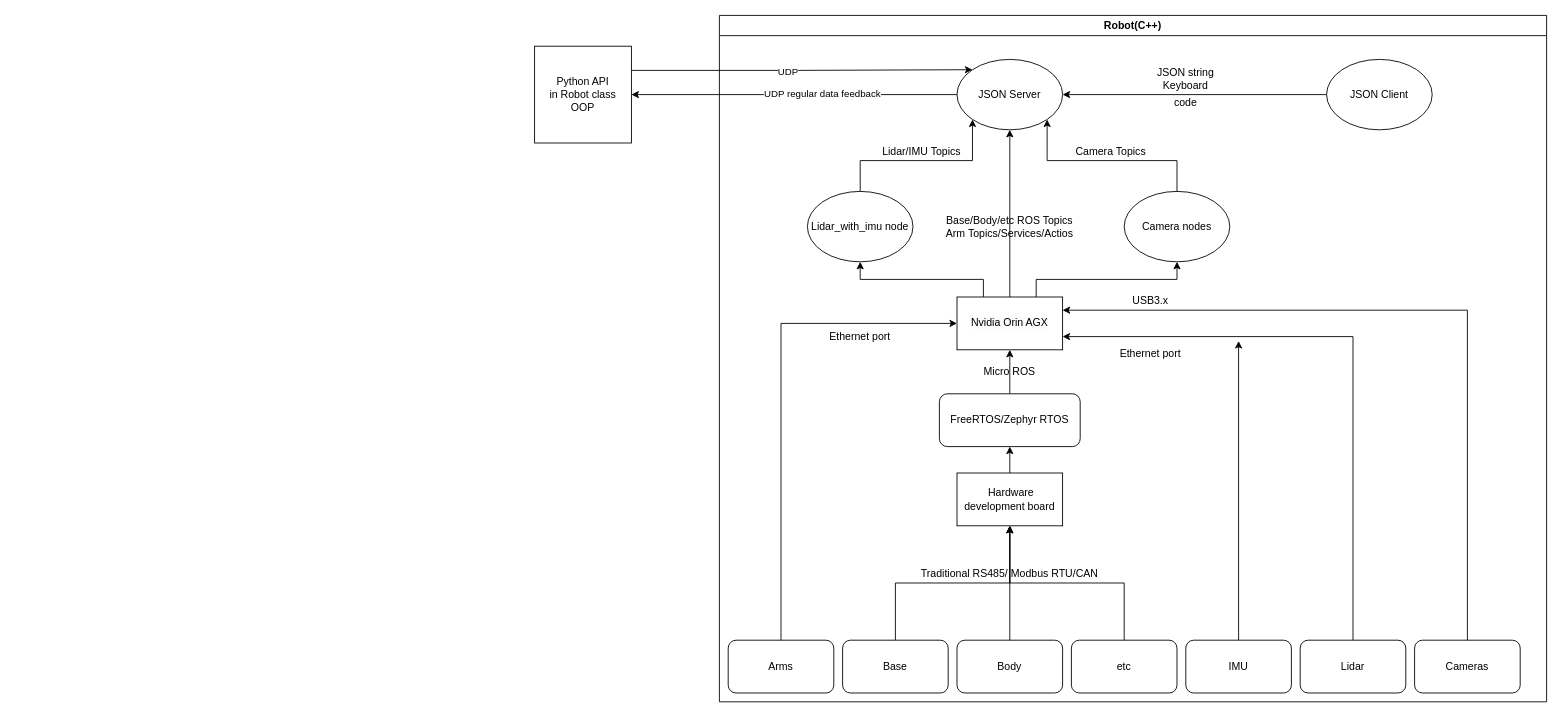
The draw.io diagram Untitled Diagram.drawio in Hermanye996/genshin_auto_fish, before the edit. Source tidied: cells renumbered, new cells numbered last; positions are measured from the earlier drawing's top-left corner, leaving out a move shared by most shapes. Both pictures are drawn from the tidied source at 88%, with x=0, y=0 at pixel (534, 15).
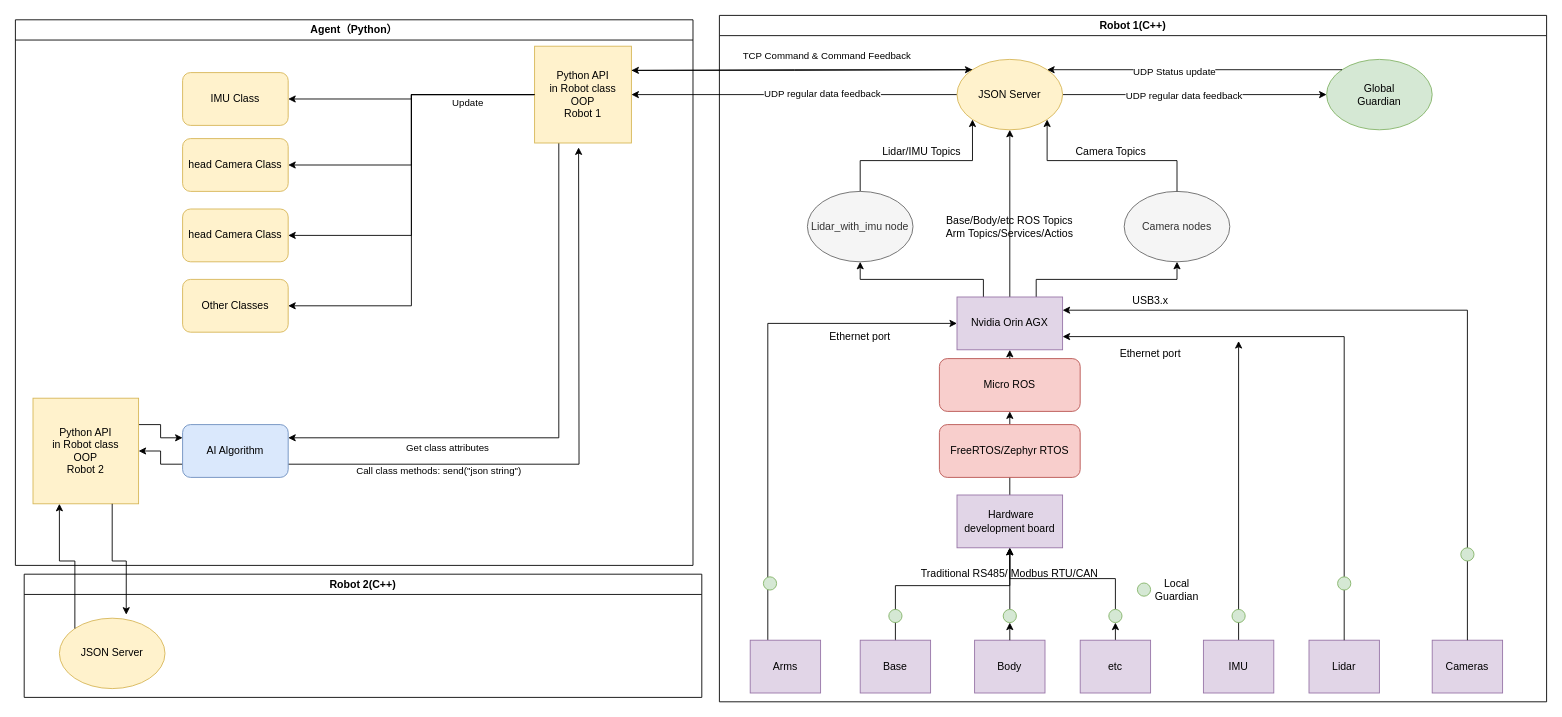
The same page after the edit.

The change refers to these unchanged cells:
```xml
<mxCell id="2" style="edgeStyle=orthogonalEdgeStyle;rounded=0;jettySize=auto;html=1;exitX=1;exitY=0.25;exitDx=0;exitDy=0;entryX=0;entryY=0;entryDx=0;entryDy=0;" parent="1" edge="1" source="4" target="29">
  <mxGeometry relative="1" as="geometry" />
</mxCell>
```

What changed in the source:
```diff
@@
-    <mxCell id="3" value="UDP" style="edgeLabel;html=1;align=center;verticalAlign=middle;" parent="2" vertex="1">
-      <mxGeometry x="-0.09" relative="1" as="geometry">
-        <mxPoint y="1" as="offset" />
-      </mxGeometry>
-    </mxCell>
+    <mxCell id="48" value="TCP Command &amp;amp; Command Feedback" style="edgeLabel;html=1;align=center;verticalAlign=middle;" parent="2" vertex="1">
+      <mxGeometry x="-0.06" y="1" relative="1" as="geometry">
+        <mxPoint x="38" y="-16" as="offset" />
+      </mxGeometry>
+    </mxCell>
+    <mxCell id="49" style="edgeStyle=orthogonalEdgeStyle;rounded=0;jettySize=auto;html=1;exitX=0;exitY=0.5;exitDx=0;exitDy=0;entryX=1;entryY=0.5;entryDx=0;entryDy=0;" parent="1" edge="1" source="4" target="73">
+      <mxGeometry relative="1" as="geometry" />
+    </mxCell>
+    <mxCell id="50" value="Update" style="edgeLabel;html=1;align=center;verticalAlign=middle;" parent="49" vertex="1">
+      <mxGeometry x="-0.16" y="3" relative="1" as="geometry">
+        <mxPoint x="43" y="5" as="offset" />
+      </mxGeometry>
+    </mxCell>
+    <mxCell id="51" style="edgeStyle=orthogonalEdgeStyle;rounded=0;jettySize=auto;html=1;exitX=0;exitY=0.5;exitDx=0;exitDy=0;entryX=1;entryY=0.5;entryDx=0;entryDy=0;" parent="1" edge="1" source="4" target="75">
+      <mxGeometry relative="1" as="geometry" />
+    </mxCell>
+    <mxCell id="52" style="edgeStyle=orthogonalEdgeStyle;rounded=0;jettySize=auto;html=1;exitX=0.25;exitY=1;exitDx=0;exitDy=0;entryX=1;entryY=0.25;entryDx=0;entryDy=0;" parent="1" edge="1" source="4" target="78">
+      <mxGeometry relative="1" as="geometry" />
+    </mxCell>
+    <mxCell id="53" value="Get class attributes" style="edgeLabel;html=1;align=center;verticalAlign=middle;" parent="52" vertex="1">
+      <mxGeometry x="-0.11" y="-1" relative="1" as="geometry">
+        <mxPoint x="-126" y="60" as="offset" />
+      </mxGeometry>
+    </mxCell>
-    <mxCell id="4" value="Python API&lt;br&gt;in Robot class&lt;br&gt;OOP" style="whiteSpace=wrap;html=1;" parent="1" vertex="1">
+    <mxCell id="4" value="Python API&lt;br&gt;in Robot class&lt;br&gt;OOP&lt;br&gt;Robot 1" style="whiteSpace=wrap;html=1;fillColor=#fff2cc;strokeColor=#d6b656;" parent="1" vertex="1">
       <mxGeometry y="35" width="110" height="110" as="geometry" />
     </mxCell>
-    <mxCell id="5" value="Base" style="rounded=1;whiteSpace=wrap;html=1;swimlaneLine=1;" parent="1" vertex="1">
-      <mxGeometry x="350" y="710" width="120" height="60" as="geometry" />
-    </mxCell>
-    <mxCell id="6" value="Body" style="rounded=1;whiteSpace=wrap;html=1;swimlaneLine=1;" parent="1" vertex="1">
-      <mxGeometry x="480" y="710" width="120" height="60" as="geometry" />
-    </mxCell>
@@
-    <mxCell id="8" value="IMU" style="rounded=1;whiteSpace=wrap;html=1;swimlaneLine=1;" parent="1" vertex="1">
-      <mxGeometry x="740" y="710" width="120" height="60" as="geometry" />
-    </mxCell>
-    <mxCell id="9" value="Lidar" style="rounded=1;whiteSpace=wrap;html=1;swimlaneLine=1;" parent="1" vertex="1">
-      <mxGeometry x="870" y="710" width="120" height="60" as="geometry" />
-    </mxCell>
-    <mxCell id="10" value="Cameras" style="rounded=1;whiteSpace=wrap;html=1;swimlaneLine=1;" parent="1" vertex="1">
-      <mxGeometry x="1000" y="710" width="120" height="60" as="geometry" />
-    </mxCell>
-    <mxCell id="11" value="etc" style="rounded=1;whiteSpace=wrap;html=1;swimlaneLine=1;" parent="1" vertex="1">
-      <mxGeometry x="610" y="710" width="120" height="60" as="geometry" />
-    </mxCell>
@@
-    <mxCell id="13" value="&amp;nbsp;Hardware development board" style="rounded=0;whiteSpace=wrap;html=1;swimlaneLine=1;" parent="1" vertex="1">
-      <mxGeometry x="480" y="520" width="120" height="60" as="geometry" />
-    </mxCell>
-    <mxCell id="14" style="edgeStyle=orthogonalEdgeStyle;rounded=0;jettySize=auto;html=1;exitX=0.5;exitY=0;exitDx=0;exitDy=0;entryX=0.5;entryY=1;entryDx=0;entryDy=0;swimlaneLine=1;" parent="1" edge="1" source="5" target="13">
-      <mxGeometry relative="1" as="geometry" />
+    <mxCell id="14" style="edgeStyle=orthogonalEdgeStyle;rounded=0;jettySize=auto;html=1;exitX=0.5;exitY=0;exitDx=0;exitDy=0;entryX=0.5;entryY=1;entryDx=0;entryDy=0;swimlaneLine=1;" parent="1" edge="1" target="13">
+      <mxGeometry relative="1" as="geometry">
+        <mxPoint x="410" y="715" as="sourcePoint" />
+        <Array as="points">
+          <mxPoint x="410" y="648" />
+          <mxPoint x="540" y="648" />
+        </Array>
+      </mxGeometry>
     </mxCell>
-    <mxCell id="15" style="edgeStyle=orthogonalEdgeStyle;rounded=0;jettySize=auto;html=1;exitX=0.5;exitY=0;exitDx=0;exitDy=0;entryX=0.5;entryY=1;entryDx=0;entryDy=0;swimlaneLine=1;" parent="1" edge="1" source="6" target="13">
-      <mxGeometry relative="1" as="geometry" />
-    </mxCell>
-    <mxCell id="16" style="edgeStyle=orthogonalEdgeStyle;rounded=0;jettySize=auto;html=1;exitX=0.5;exitY=0;exitDx=0;exitDy=0;entryX=0.5;entryY=1;entryDx=0;entryDy=0;swimlaneLine=1;" parent="1" edge="1" source="11" target="13">
-      <mxGeometry relative="1" as="geometry" />
-    </mxCell>
@@
-    <mxCell id="18" style="edgeStyle=orthogonalEdgeStyle;rounded=0;jettySize=auto;html=1;exitX=0.5;exitY=0;exitDx=0;exitDy=0;swimlaneLine=1;" parent="1" edge="1" source="19">
-      <mxGeometry relative="1" as="geometry">
-        <mxPoint x="540" y="380" as="targetPoint" />
-      </mxGeometry>
-    </mxCell>
-    <mxCell id="19" value="FreeRTOS/Zephyr RTOS" style="rounded=1;whiteSpace=wrap;html=1;swimlaneLine=1;" parent="1" vertex="1">
-      <mxGeometry x="460" y="430" width="160" height="60" as="geometry" />
-    </mxCell>
-    <mxCell id="20" value="Micro ROS" style="text;html=1;strokeColor=none;fillColor=none;align=center;verticalAlign=middle;whiteSpace=wrap;rounded=0;swimlaneLine=1;" parent="1" vertex="1">
-      <mxGeometry x="500" y="390" width="80" height="30" as="geometry" />
-    </mxCell>
-    <mxCell id="21" value="&lt;span style=&quot;color: rgb(0, 0, 0); font-family: Helvetica; font-size: 12px; font-style: normal; font-variant-ligatures: normal; font-variant-caps: normal; font-weight: 400; letter-spacing: normal; orphans: 2; text-align: center; text-indent: 0px; text-transform: none; widows: 2; word-spacing: 0px; -webkit-text-stroke-width: 0px; background-color: rgb(251, 251, 251); text-decoration-thickness: initial; text-decoration-style: initial; text-decoration-color: initial; float: none; display: inline !important;&quot;&gt;Nvidia Orin AGX&lt;/span&gt;" style="rounded=0;whiteSpace=wrap;html=1;swimlaneLine=1;" parent="1" vertex="1">
-      <mxGeometry x="480" y="320" width="120" height="60" as="geometry" />
-    </mxCell>
-    <mxCell id="22" style="edgeStyle=orthogonalEdgeStyle;rounded=0;jettySize=auto;html=1;exitX=0.5;exitY=0;exitDx=0;exitDy=0;entryX=1;entryY=0.75;entryDx=0;entryDy=0;swimlaneLine=1;" parent="1" edge="1" source="9" target="21">
-      <mxGeometry relative="1" as="geometry" />
-    </mxCell>
-    <mxCell id="23" style="edgeStyle=orthogonalEdgeStyle;rounded=0;jettySize=auto;html=1;exitX=0.5;exitY=0;exitDx=0;exitDy=0;entryX=1;entryY=0.25;entryDx=0;entryDy=0;swimlaneLine=1;" parent="1" edge="1" source="10" target="21">
-      <mxGeometry relative="1" as="geometry" />
-    </mxCell>
@@
-    <mxCell id="25" value="Camera nodes" style="ellipse;whiteSpace=wrap;html=1;swimlaneLine=1;" parent="1" vertex="1">
+    <mxCell id="25" value="Camera nodes" style="ellipse;whiteSpace=wrap;html=1;swimlaneLine=1;fillColor=#f5f5f5;fontColor=#333333;strokeColor=#666666;" parent="1" vertex="1">
       <mxGeometry x="670" y="200" width="120" height="80" as="geometry" />
     </mxCell>
@@
+    <mxCell id="54" style="edgeStyle=orthogonalEdgeStyle;rounded=0;jettySize=auto;html=1;exitX=1;exitY=0.5;exitDx=0;exitDy=0;entryX=0;entryY=0.5;entryDx=0;entryDy=0;" parent="1" edge="1" source="29" target="42">
+      <mxGeometry relative="1" as="geometry" />
+    </mxCell>
+    <mxCell id="55" value="UDP regular data feedback" style="edgeLabel;html=1;align=center;verticalAlign=middle;" parent="54" vertex="1">
+      <mxGeometry x="-0.09" relative="1" as="geometry" />
+    </mxCell>
+    <mxCell id="56" style="edgeStyle=orthogonalEdgeStyle;rounded=0;jettySize=auto;html=1;exitX=0;exitY=0;exitDx=0;exitDy=0;entryX=1;entryY=0.25;entryDx=0;entryDy=0;" parent="1" edge="1" source="29" target="4">
+      <mxGeometry relative="1" as="geometry" />
+    </mxCell>
-    <mxCell id="29" value="JSON Server" style="ellipse;whiteSpace=wrap;html=1;swimlaneLine=1;" parent="1" vertex="1">
+    <mxCell id="29" value="JSON Server" style="ellipse;whiteSpace=wrap;html=1;swimlaneLine=1;fillColor=#fff2cc;strokeColor=#d6b656;" parent="1" vertex="1">
       <mxGeometry x="480" y="50" width="120" height="80" as="geometry" />
     </mxCell>
@@
-    <mxCell id="34" value="Lidar_with_imu node" style="ellipse;whiteSpace=wrap;html=1;swimlaneLine=1;" parent="1" vertex="1">
+    <mxCell id="34" value="Lidar_with_imu node" style="ellipse;whiteSpace=wrap;html=1;swimlaneLine=1;fillColor=#f5f5f5;fontColor=#333333;strokeColor=#666666;" parent="1" vertex="1">
       <mxGeometry x="310" y="200" width="120" height="80" as="geometry" />
     </mxCell>
@@
-    <mxCell id="38" value="Robot(C++)" style="swimlane;whiteSpace=wrap;html=1;swimlaneLine=1;" parent="1" vertex="1">
+    <mxCell id="38" value="Robot 1(C++)" style="swimlane;whiteSpace=wrap;html=1;swimlaneLine=1;" parent="1" vertex="1">
       <mxGeometry x="210" width="940" height="780" as="geometry" />
     </mxCell>
-    <mxCell id="39" value="Arms" style="rounded=1;whiteSpace=wrap;html=1;" parent="38" vertex="1">
-      <mxGeometry x="10" y="710" width="120" height="60" as="geometry" />
-    </mxCell>
@@
-    <mxCell id="42" value="JSON Client" style="ellipse;whiteSpace=wrap;html=1;swimlaneLine=1;" parent="38" vertex="1">
+    <mxCell id="42" value="Global&lt;br&gt;Guardian" style="ellipse;whiteSpace=wrap;html=1;swimlaneLine=1;fillColor=#d5e8d4;strokeColor=#82b366;" parent="38" vertex="1">
       <mxGeometry x="690" y="50" width="120" height="80" as="geometry" />
     </mxCell>
-    <mxCell id="43" value="code" style="text;html=1;strokeColor=none;fillColor=none;align=center;verticalAlign=middle;whiteSpace=wrap;rounded=0;" parent="38" vertex="1">
-      <mxGeometry x="500" y="85" width="60" height="30" as="geometry" />
-    </mxCell>
-    <mxCell id="44" value="Keyboard" style="text;html=1;strokeColor=none;fillColor=none;align=center;verticalAlign=middle;whiteSpace=wrap;rounded=0;" parent="38" vertex="1">
-      <mxGeometry x="500" y="65" width="60" height="30" as="geometry" />
-    </mxCell>
-    <mxCell id="45" value="JSON string" style="text;html=1;strokeColor=none;fillColor=none;align=center;verticalAlign=middle;whiteSpace=wrap;rounded=0;" parent="38" vertex="1">
-      <mxGeometry x="490" y="50" width="80" height="30" as="geometry" />
-    </mxCell>
-    <mxCell id="46" style="edgeStyle=orthogonalEdgeStyle;rounded=0;jettySize=auto;html=1;exitX=0.5;exitY=0;exitDx=0;exitDy=0;entryX=0;entryY=0.5;entryDx=0;entryDy=0;" parent="1" edge="1" source="39" target="21">
+    <mxCell id="46" style="edgeStyle=orthogonalEdgeStyle;rounded=0;jettySize=auto;html=1;exitX=0.25;exitY=0;exitDx=0;exitDy=0;entryX=0;entryY=0.5;entryDx=0;entryDy=0;" parent="38" edge="1" source="39" target="21">
       <mxGeometry relative="1" as="geometry" />
     </mxCell>
+    <mxCell id="39" value="Arms" style="rounded=0;whiteSpace=wrap;html=1;fillColor=#e1d5e7;strokeColor=#9673a6;" parent="38" vertex="1">
+      <mxGeometry x="35" y="710" width="80" height="60" as="geometry" />
+    </mxCell>
+    <mxCell id="5" value="Base" style="rounded=0;whiteSpace=wrap;html=1;fillColor=#e1d5e7;strokeColor=#9673a6;" parent="38" vertex="1">
+      <mxGeometry x="160" y="710" width="80" height="60" as="geometry" />
+    </mxCell>
+    <mxCell id="6" value="Body" style="rounded=0;whiteSpace=wrap;html=1;fillColor=#e1d5e7;strokeColor=#9673a6;" parent="38" vertex="1">
+      <mxGeometry x="290" y="710" width="80" height="60" as="geometry" />
+    </mxCell>
+    <mxCell id="57" style="edgeStyle=orthogonalEdgeStyle;rounded=0;jettySize=auto;html=1;exitX=0.5;exitY=0;exitDx=0;exitDy=0;entryX=0.5;entryY=1;entryDx=0;entryDy=0;" parent="38" edge="1" source="11" target="63">
+      <mxGeometry relative="1" as="geometry" />
+    </mxCell>
+    <mxCell id="11" value="etc" style="rounded=0;whiteSpace=wrap;html=1;fillColor=#e1d5e7;strokeColor=#9673a6;" parent="38" vertex="1">
+      <mxGeometry x="410" y="710" width="80" height="60" as="geometry" />
+    </mxCell>
+    <mxCell id="8" value="IMU" style="rounded=0;whiteSpace=wrap;html=1;fillColor=#e1d5e7;strokeColor=#9673a6;" parent="38" vertex="1">
+      <mxGeometry x="550" y="710" width="80" height="60" as="geometry" />
+    </mxCell>
+    <mxCell id="9" value="Lidar" style="rounded=0;whiteSpace=wrap;html=1;fillColor=#e1d5e7;strokeColor=#9673a6;" parent="38" vertex="1">
+      <mxGeometry x="670" y="710" width="80" height="60" as="geometry" />
+    </mxCell>
+    <mxCell id="10" value="Cameras" style="rounded=0;whiteSpace=wrap;html=1;fillColor=#e1d5e7;strokeColor=#9673a6;" parent="38" vertex="1">
+      <mxGeometry x="810" y="710" width="80" height="60" as="geometry" />
+    </mxCell>
+    <mxCell id="13" value="&amp;nbsp;Hardware development board" style="rounded=0;whiteSpace=wrap;html=1;swimlaneLine=1;fillColor=#e1d5e7;strokeColor=#9673a6;" parent="38" vertex="1">
+      <mxGeometry x="270" y="545" width="120" height="60" as="geometry" />
+    </mxCell>
+    <mxCell id="15" style="edgeStyle=orthogonalEdgeStyle;rounded=0;jettySize=auto;html=1;exitX=0.5;exitY=0;exitDx=0;exitDy=0;entryX=0.5;entryY=1;entryDx=0;entryDy=0;swimlaneLine=1;" parent="38" edge="1" source="61" target="13">
+      <mxGeometry relative="1" as="geometry" />
+    </mxCell>
+    <mxCell id="16" style="edgeStyle=orthogonalEdgeStyle;rounded=0;jettySize=auto;html=1;exitX=0.5;exitY=0;exitDx=0;exitDy=0;entryX=0.5;entryY=1;entryDx=0;entryDy=0;swimlaneLine=1;" parent="38" edge="1" source="63" target="13">
+      <mxGeometry relative="1" as="geometry" />
+    </mxCell>
+    <mxCell id="58" style="edgeStyle=orthogonalEdgeStyle;rounded=0;jettySize=auto;html=1;exitX=0.5;exitY=0;exitDx=0;exitDy=0;entryX=0.5;entryY=1;entryDx=0;entryDy=0;" parent="38" edge="1" source="19" target="20">
+      <mxGeometry relative="1" as="geometry" />
+    </mxCell>
+    <mxCell id="19" value="FreeRTOS/Zephyr RTOS" style="rounded=1;whiteSpace=wrap;html=1;swimlaneLine=1;fillColor=#f8cecc;strokeColor=#b85450;" parent="38" vertex="1">
+      <mxGeometry x="250" y="465" width="160" height="60" as="geometry" />
+    </mxCell>
+    <mxCell id="20" value="Micro ROS" style="rounded=1;whiteSpace=wrap;html=1;swimlaneLine=1;fillColor=#f8cecc;strokeColor=#b85450;" parent="38" vertex="1">
+      <mxGeometry x="250" y="390" width="160" height="60" as="geometry" />
+    </mxCell>
+    <mxCell id="21" value="Nvidia Orin AGX" style="rounded=0;whiteSpace=wrap;html=1;swimlaneLine=1;fillColor=#e1d5e7;strokeColor=#9673a6;gradientColor=none;fillStyle=auto;" parent="38" vertex="1">
+      <mxGeometry x="270" y="320" width="120" height="60" as="geometry" />
+    </mxCell>
+    <mxCell id="22" style="edgeStyle=orthogonalEdgeStyle;rounded=0;jettySize=auto;html=1;exitX=0.5;exitY=0;exitDx=0;exitDy=0;entryX=1;entryY=0.75;entryDx=0;entryDy=0;swimlaneLine=1;" parent="38" edge="1" source="9" target="21">
+      <mxGeometry relative="1" as="geometry" />
+    </mxCell>
+    <mxCell id="23" style="edgeStyle=orthogonalEdgeStyle;rounded=0;jettySize=auto;html=1;exitX=0.5;exitY=0;exitDx=0;exitDy=0;entryX=1;entryY=0.25;entryDx=0;entryDy=0;swimlaneLine=1;" parent="38" edge="1" source="10" target="21">
+      <mxGeometry relative="1" as="geometry" />
+    </mxCell>
+    <mxCell id="59" style="edgeStyle=orthogonalEdgeStyle;rounded=0;jettySize=auto;html=1;exitX=0.5;exitY=0;exitDx=0;exitDy=0;entryX=0.5;entryY=1;entryDx=0;entryDy=0;" parent="38" edge="1" source="20" target="21">
+      <mxGeometry relative="1" as="geometry" />
+    </mxCell>
+    <mxCell id="60" style="ellipse;whiteSpace=wrap;html=1;fillColor=#d5e8d4;strokeColor=#82b366;" parent="38" vertex="1">
+      <mxGeometry x="192.5" y="675" width="15" height="15" as="geometry" />
+    </mxCell>
+    <mxCell id="61" style="ellipse;whiteSpace=wrap;html=1;fillColor=#d5e8d4;strokeColor=#82b366;" parent="38" vertex="1">
+      <mxGeometry x="322.5" y="675" width="15" height="15" as="geometry" />
+    </mxCell>
+    <mxCell id="62" style="edgeStyle=orthogonalEdgeStyle;rounded=0;jettySize=auto;html=1;exitX=0.5;exitY=0;exitDx=0;exitDy=0;entryX=0.5;entryY=1;entryDx=0;entryDy=0;swimlaneLine=1;" parent="38" edge="1" source="6" target="61">
+      <mxGeometry relative="1" as="geometry" />
+    </mxCell>
+    <mxCell id="63" style="ellipse;whiteSpace=wrap;html=1;fillColor=#d5e8d4;strokeColor=#82b366;" parent="38" vertex="1">
+      <mxGeometry x="442.5" y="675" width="15" height="15" as="geometry" />
+    </mxCell>
+    <mxCell id="64" style="ellipse;whiteSpace=wrap;html=1;fillColor=#d5e8d4;strokeColor=#82b366;" parent="38" vertex="1">
+      <mxGeometry x="475" y="645" width="15" height="15" as="geometry" />
+    </mxCell>
+    <mxCell id="65" value="Local&lt;br&gt;Guardian" style="text;html=1;strokeColor=none;fillColor=none;align=center;verticalAlign=middle;whiteSpace=wrap;rounded=0;" parent="38" vertex="1">
+      <mxGeometry x="490" y="638" width="60" height="30" as="geometry" />
+    </mxCell>
+    <mxCell id="66" style="ellipse;whiteSpace=wrap;html=1;fillColor=#d5e8d4;strokeColor=#82b366;" parent="38" vertex="1">
+      <mxGeometry x="582.5" y="675" width="15" height="15" as="geometry" />
+    </mxCell>
+    <mxCell id="67" style="ellipse;whiteSpace=wrap;html=1;fillColor=#d5e8d4;strokeColor=#82b366;" parent="38" vertex="1">
+      <mxGeometry x="702.5" y="638" width="15" height="15" as="geometry" />
+    </mxCell>
+    <mxCell id="68" style="ellipse;whiteSpace=wrap;html=1;fillColor=#d5e8d4;strokeColor=#82b366;" parent="38" vertex="1">
+      <mxGeometry x="50" y="638" width="15" height="15" as="geometry" />
+    </mxCell>
+    <mxCell id="69" style="ellipse;whiteSpace=wrap;html=1;fillColor=#d5e8d4;strokeColor=#82b366;" parent="38" vertex="1">
+      <mxGeometry x="842.5" y="605" width="15" height="15" as="geometry" />
+    </mxCell>
-    <mxCell id="47" style="edgeStyle=orthogonalEdgeStyle;rounded=0;jettySize=auto;html=1;exitX=0;exitY=0.5;exitDx=0;exitDy=0;entryX=1;entryY=0.5;entryDx=0;entryDy=0;" parent="1" edge="1" source="42" target="29">
+    <mxCell id="47" style="edgeStyle=orthogonalEdgeStyle;rounded=0;jettySize=auto;html=1;exitX=0;exitY=0;exitDx=0;exitDy=0;entryX=1;entryY=0;entryDx=0;entryDy=0;" parent="1" edge="1" source="42" target="29">
       <mxGeometry relative="1" as="geometry" />
     </mxCell>
+    <mxCell id="70" value="UDP Status update" style="edgeLabel;html=1;align=center;verticalAlign=middle;" parent="47" vertex="1">
+      <mxGeometry x="0.14" y="2" relative="1" as="geometry" />
+    </mxCell>
+    <mxCell id="71" value="Agent（Python）" style="swimlane;whiteSpace=wrap;html=1;swimlaneLine=1;" parent="1" vertex="1">
+      <mxGeometry x="-590" y="5" width="770" height="620" as="geometry" />
+    </mxCell>
+    <mxCell id="72" value="head Camera Class" style="rounded=1;whiteSpace=wrap;html=1;fillColor=#fff2cc;strokeColor=#d6b656;" parent="71" vertex="1">
+      <mxGeometry x="190" y="135" width="120" height="60" as="geometry" />
+    </mxCell>
+    <mxCell id="73" value="IMU Class" style="rounded=1;whiteSpace=wrap;html=1;fillColor=#fff2cc;strokeColor=#d6b656;" parent="71" vertex="1">
+      <mxGeometry x="190" y="60" width="120" height="60" as="geometry" />
+    </mxCell>
+    <mxCell id="74" value="head Camera Class" style="rounded=1;whiteSpace=wrap;html=1;fillColor=#fff2cc;strokeColor=#d6b656;" parent="71" vertex="1">
+      <mxGeometry x="190" y="215" width="120" height="60" as="geometry" />
+    </mxCell>
+    <mxCell id="75" value="Other Classes" style="rounded=1;whiteSpace=wrap;html=1;fillColor=#fff2cc;strokeColor=#d6b656;" parent="71" vertex="1">
+      <mxGeometry x="190" y="295" width="120" height="60" as="geometry" />
+    </mxCell>
+    <mxCell id="76" style="edgeStyle=orthogonalEdgeStyle;rounded=0;jettySize=auto;html=1;exitX=1;exitY=0.75;exitDx=0;exitDy=0;" parent="71" edge="1" source="78">
+      <mxGeometry relative="1" as="geometry">
+        <mxPoint x="640" y="145" as="targetPoint" />
+      </mxGeometry>
+    </mxCell>
+    <mxCell id="77" style="edgeStyle=orthogonalEdgeStyle;rounded=0;jettySize=auto;html=1;exitX=0;exitY=0.75;exitDx=0;exitDy=0;" parent="71" edge="1" source="78" target="81">
+      <mxGeometry relative="1" as="geometry" />
+    </mxCell>
+    <mxCell id="78" value="AI Algorithm" style="rounded=1;whiteSpace=wrap;html=1;fillColor=#dae8fc;strokeColor=#6c8ebf;" parent="71" vertex="1">
+      <mxGeometry x="190" y="460" width="120" height="60" as="geometry" />
+    </mxCell>
+    <mxCell id="79" value="Call class methods: send(&quot;json string&quot;)" style="edgeLabel;html=1;align=center;verticalAlign=middle;" parent="71" vertex="1">
+      <mxGeometry x="480" y="515" as="geometry">
+        <mxPoint y="-3" as="offset" />
+      </mxGeometry>
+    </mxCell>
+    <mxCell id="80" style="edgeStyle=orthogonalEdgeStyle;rounded=0;jettySize=auto;html=1;exitX=1;exitY=0.25;exitDx=0;exitDy=0;entryX=0;entryY=0.25;entryDx=0;entryDy=0;" parent="71" edge="1" source="81" target="78">
+      <mxGeometry relative="1" as="geometry" />
+    </mxCell>
+    <mxCell id="81" value="Python API&lt;br&gt;in Robot class&lt;br&gt;OOP&lt;br&gt;Robot 2" style="whiteSpace=wrap;html=1;fillColor=#fff2cc;strokeColor=#d6b656;" parent="71" vertex="1">
+      <mxGeometry x="20" y="430" width="120" height="120" as="geometry" />
+    </mxCell>
+    <mxCell id="82" style="edgeStyle=orthogonalEdgeStyle;rounded=0;jettySize=auto;html=1;exitX=0;exitY=0.5;exitDx=0;exitDy=0;entryX=1;entryY=0.5;entryDx=0;entryDy=0;" parent="1" edge="1" source="4" target="74">
+      <mxGeometry relative="1" as="geometry" />
+    </mxCell>
+    <mxCell id="83" style="edgeStyle=orthogonalEdgeStyle;rounded=0;jettySize=auto;html=1;entryX=1;entryY=0.5;entryDx=0;entryDy=0;exitX=0;exitY=0.5;exitDx=0;exitDy=0;" parent="1" edge="1" source="4" target="72">
+      <mxGeometry relative="1" as="geometry" />
+    </mxCell>
+    <mxCell id="84" value="Robot 2(C++)" style="swimlane;whiteSpace=wrap;html=1;" parent="1" vertex="1">
+      <mxGeometry x="-580" y="635" width="770" height="140" as="geometry" />
+    </mxCell>
+    <mxCell id="85" value="JSON Server" style="ellipse;whiteSpace=wrap;html=1;fillColor=#fff2cc;strokeColor=#d6b656;" parent="84" vertex="1">
+      <mxGeometry x="40" y="50" width="120" height="80" as="geometry" />
+    </mxCell>
+    <mxCell id="86" style="edgeStyle=orthogonalEdgeStyle;rounded=0;jettySize=auto;html=1;exitX=0;exitY=0;exitDx=0;exitDy=0;entryX=0.25;entryY=1;entryDx=0;entryDy=0;" parent="1" edge="1" source="85" target="81">
+      <mxGeometry relative="1" as="geometry" />
+    </mxCell>
+    <mxCell id="87" style="edgeStyle=orthogonalEdgeStyle;rounded=0;jettySize=auto;html=1;exitX=0.75;exitY=1;exitDx=0;exitDy=0;entryX=0.633;entryY=-0.05;entryDx=0;entryDy=0;entryPerimeter=0;" parent="1" edge="1" source="81" target="85">
+      <mxGeometry relative="1" as="geometry" />
+    </mxCell>
```
